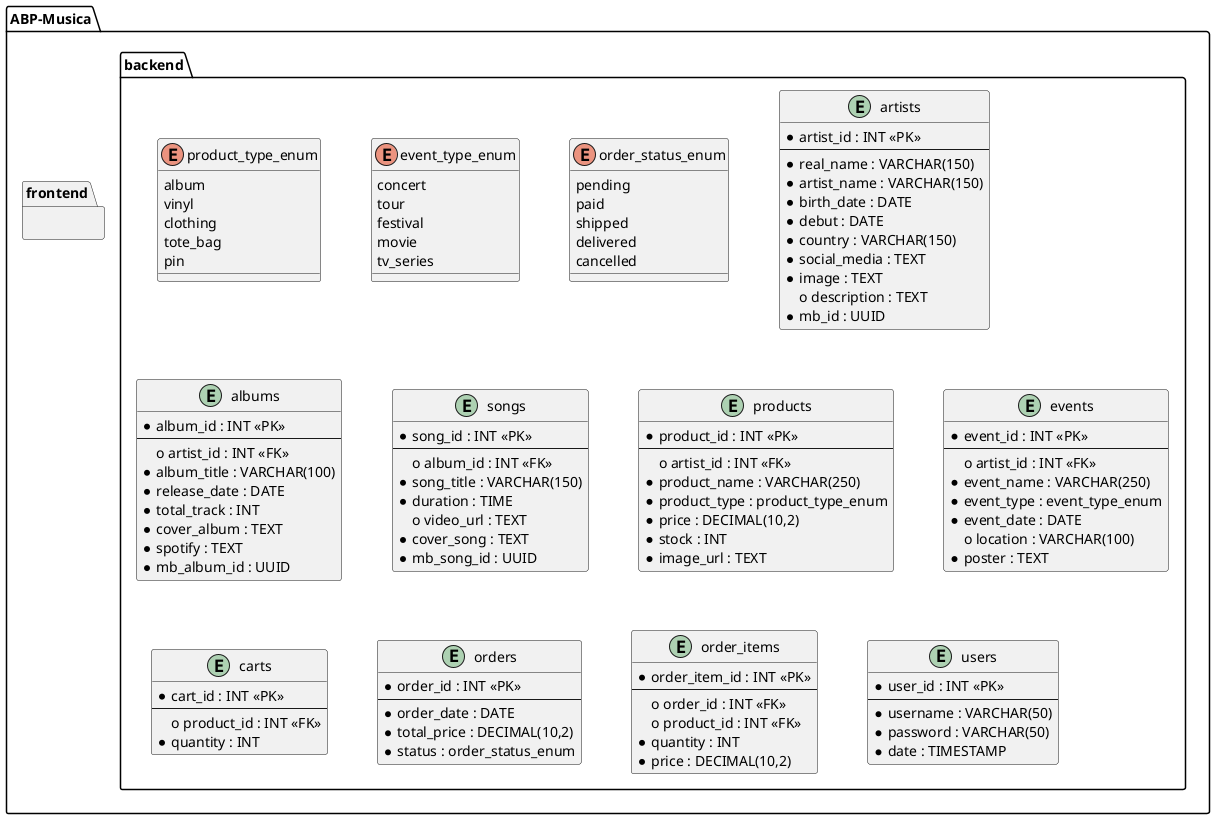
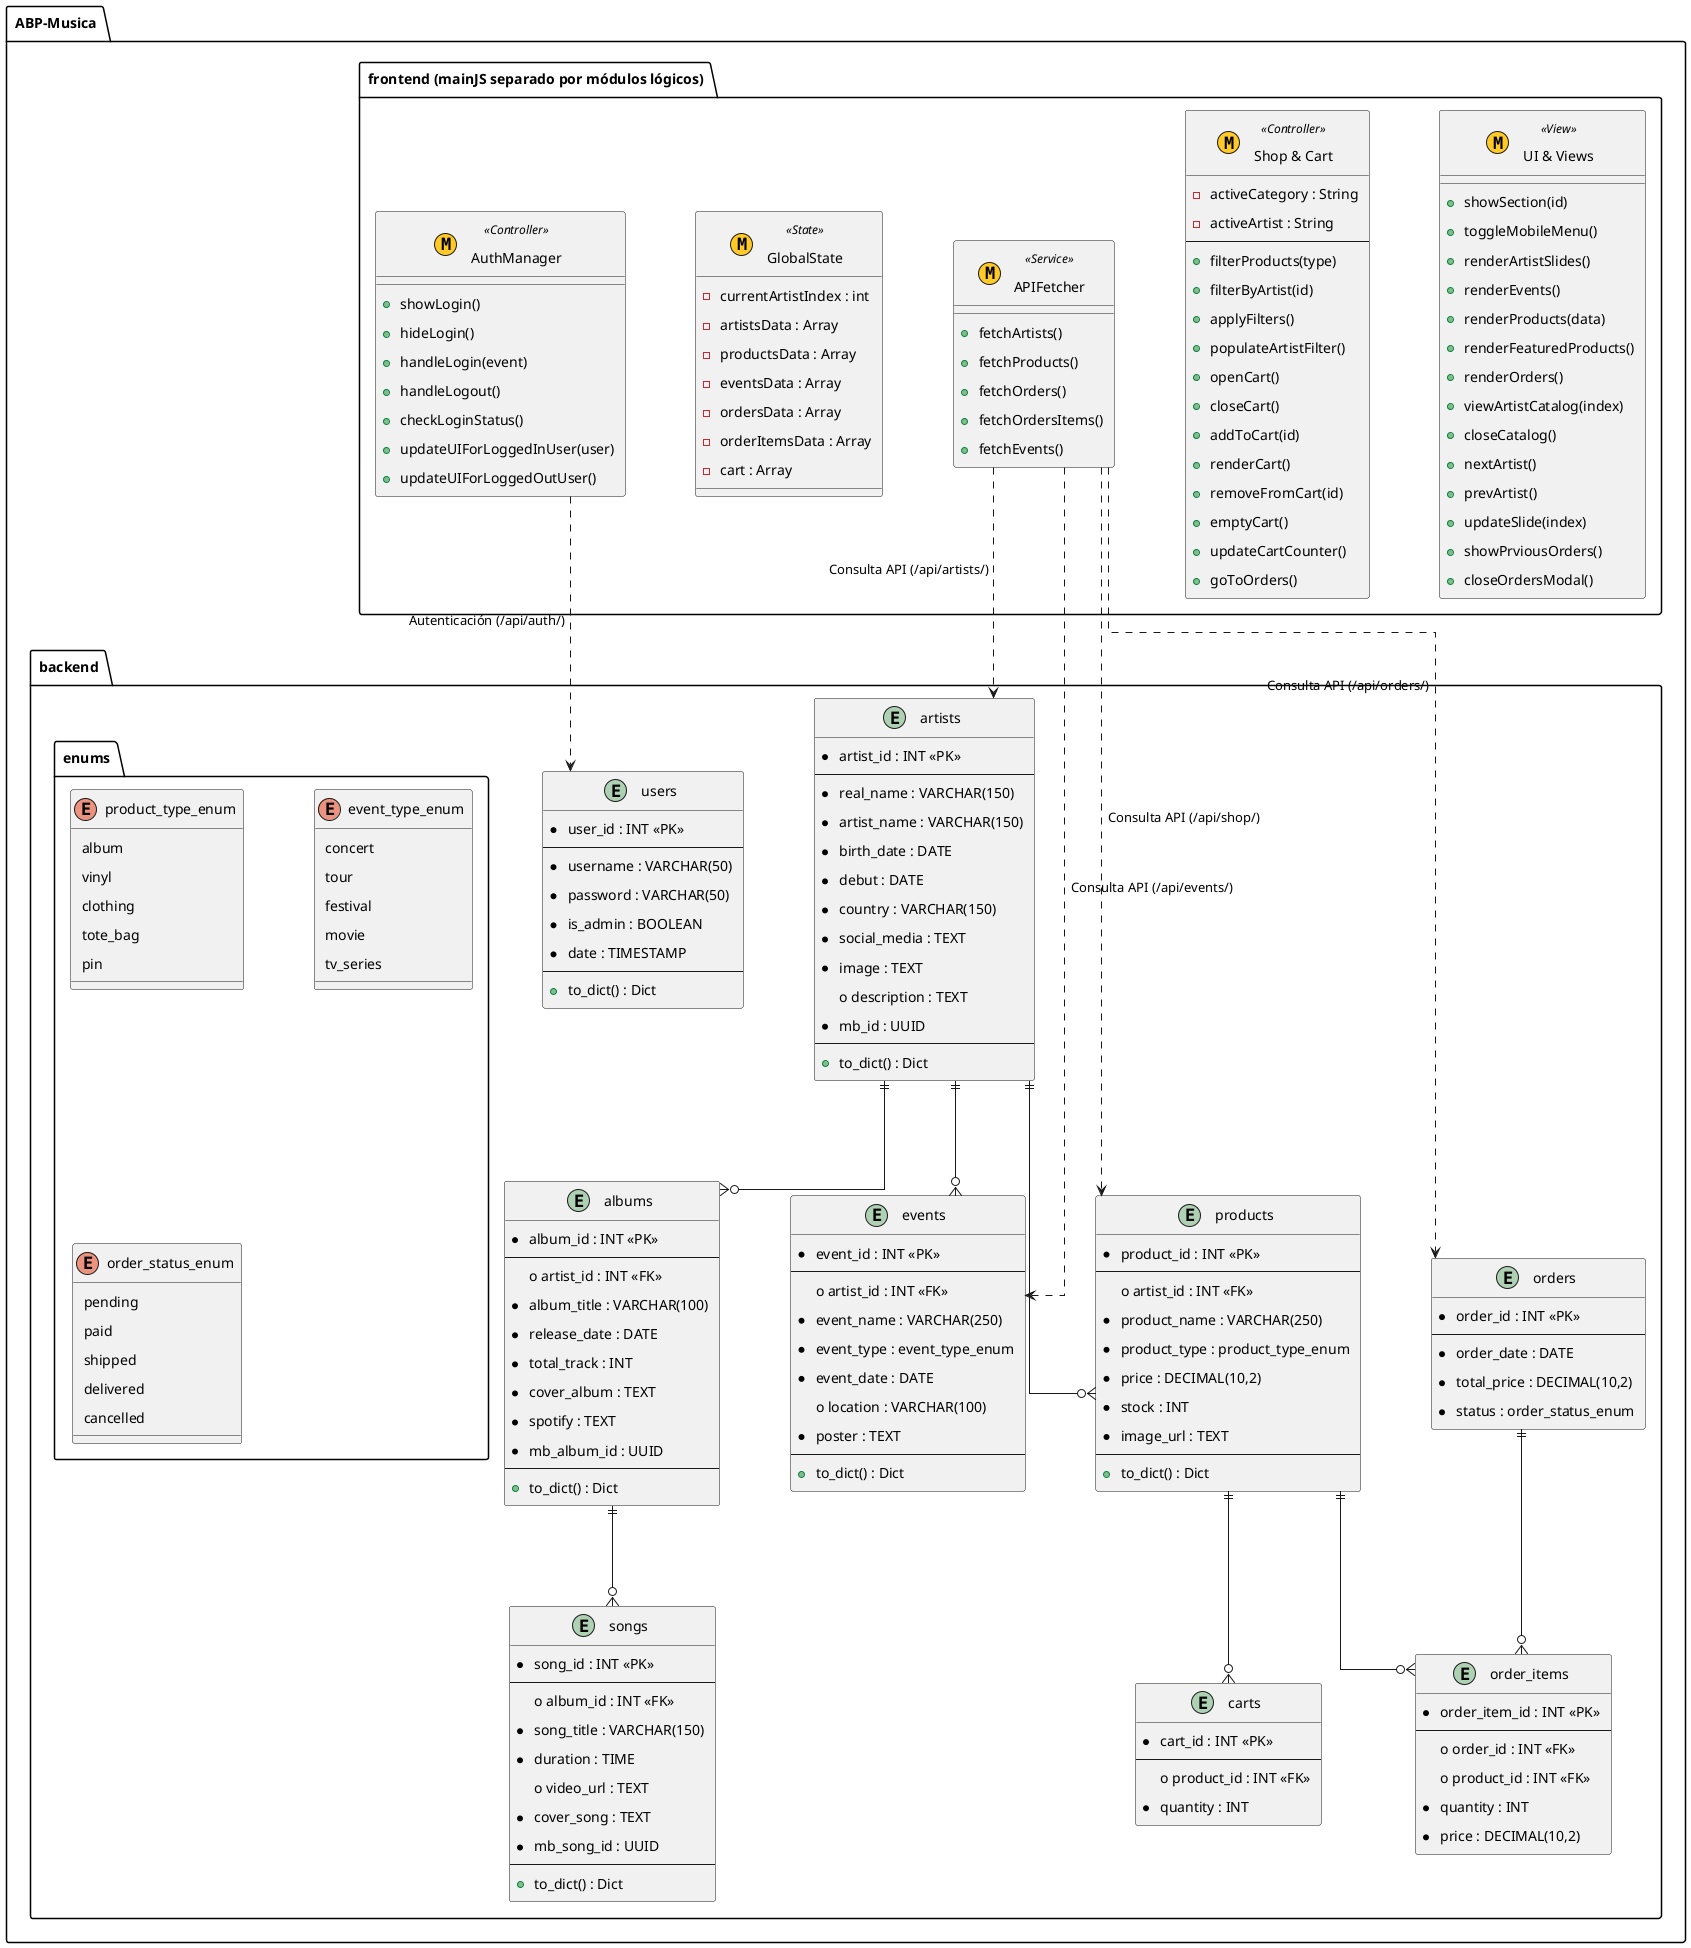
@startuml
' --- CONFIGURACIÓN VISUAL ---

skinparam linetype ortho
- skinparam nodesep 50
- skinparam ranksep 50
+ skinparam nodesep 70
+ skinparam ranksep 100
+ skinparam padding 5

' --- ENTIDADES ---
package "ABP-Musica" {
+ 
  package "backend" {
-     enum product_type_enum {
-       album
-       vinyl
-       clothing
-       tote_bag
-       pin
-     }
- 
-     enum event_type_enum {
-       concert
-       tour
-       festival
-       movie
-       tv_series
-     }
- 
-     enum order_status_enum {
-       pending
-       paid
-       shipped
-       delivered
-       cancelled
-     }
+     package "enums" {
+       enum product_type_enum {
+         album
+         vinyl
+         clothing
+         tote_bag
+         pin
+       }
+ 
+       enum event_type_enum {
+         concert
+         tour
+         festival
+         movie
+         tv_series
+       }
+ 
+       enum order_status_enum {
+         pending
+         paid
+         shipped
+         delivered
+         cancelled
+       }
+ 
+     }
+ 
    entity "artists" as artists {
      * artist_id : INT <<PK>>
      --
      * real_name : VARCHAR(150)
      * artist_name : VARCHAR(150)
      * birth_date : DATE
      * debut : DATE
      * country : VARCHAR(150)
      * social_media : TEXT
      * image : TEXT
      o description : TEXT
      * mb_id : UUID
+       --
+       + to_dict() : Dict
    }

    entity "albums" as albums {
      * album_id : INT <<PK>>
      --
      o artist_id : INT <<FK>>
      * album_title : VARCHAR(100)
      * release_date : DATE
      * total_track : INT
      * cover_album : TEXT
      * spotify : TEXT
      * mb_album_id : UUID
+       --
+       + to_dict() : Dict
    }

    entity "songs" as songs {
      * song_id : INT <<PK>>
      --
      o album_id : INT <<FK>>
      * song_title : VARCHAR(150)
      * duration : TIME
      o video_url : TEXT
      * cover_song : TEXT
      * mb_song_id : UUID
+       --
+       + to_dict() : Dict
    }

    entity "products" as products {
      * product_id : INT <<PK>>
      --
      o artist_id : INT <<FK>>
      * product_name : VARCHAR(250)
      * product_type : product_type_enum
      * price : DECIMAL(10,2)
      * stock : INT
      * image_url : TEXT
+       --
+       + to_dict() : Dict
    }

    entity "events" as events {
      * event_id : INT <<PK>>
      --
      o artist_id : INT <<FK>>
      * event_name : VARCHAR(250)
      * event_type : event_type_enum
      * event_date : DATE
      o location : VARCHAR(100)
      * poster : TEXT
+       --
+       + to_dict() : Dict
    }

    entity "carts" as carts {
      * cart_id : INT <<PK>>
      --
      o product_id : INT <<FK>>
      * quantity : INT
    }

    entity "orders" as orders {
      * order_id : INT <<PK>>
      --
      * order_date : DATE
      * total_price : DECIMAL(10,2)
      * status : order_status_enum
    }

    entity "order_items" as order_items {
      * order_item_id : INT <<PK>>
      --
      o order_id : INT <<FK>>
      o product_id : INT <<FK>>
      * quantity : INT
      * price : DECIMAL(10,2)
    }

    entity "users" as users {
      * user_id : INT <<PK>>
      --
      * username : VARCHAR(50)
      * password : VARCHAR(50)
+       * is_admin : BOOLEAN
      * date : TIMESTAMP
-     }
- 
+       --
+       + to_dict() : Dict
+     }
+ 
+     ' Relaciones de base de datos '
+     artists ||--o{ albums
+     artists ||--o{ products
+     artists ||--o{ events
+     albums ||--o{ songs
+     orders ||--o{ order_items
+     products ||--o{ order_items
+     products ||--o{ carts
+     }
+ 
+     package "frontend (mainJS separado por módulos lógicos)" {
+ 
+     class "GlobalState" as state << (M,#FFCA28) State >> {
+       - currentArtistIndex : int
+       - artistsData : Array
+       - productsData : Array
+       - eventsData : Array
+       - ordersData : Array
+       - orderItemsData : Array
+       - cart : Array
+     }
+ 
+     class "APIFetcher" as api << (M,#FFCA28) Service >> {
+       + fetchArtists()
+       + fetchProducts()
+       + fetchOrders()
+       + fetchOrdersItems()
+       + fetchEvents()
+     }
+ 
+     class "Shop & Cart" as shop << (M,#FFCA28) Controller >> {
+       - activeCategory : String
+       - activeArtist : String
+       --
+       + filterProducts(type)
+       + filterByArtist(id)
+       + applyFilters()
+       + populateArtistFilter()
+       + openCart()
+       + closeCart()
+       + addToCart(id)
+       + renderCart()
+       + removeFromCart(id)
+       + emptyCart()
+       + updateCartCounter()
+       + goToOrders()
+     }
+ 
+     class "UI & Views" as ui << (M,#FFCA28) View >> {
+       + showSection(id)
+       + toggleMobileMenu()
+       + renderArtistSlides()
+       + renderEvents()
+       + renderProducts(data)
+       + renderFeaturedProducts()
+       + renderOrders()
+       + viewArtistCatalog(index)
+       + closeCatalog()
+       + nextArtist()
+       + prevArtist()
+       + updateSlide(index)
+       + showPrviousOrders()
+       + closeOrdersModal()
+     }
+ 
+     class "AuthManager" as auth << (M,#FFCA28) Controller >> {
+       + showLogin()
+       + hideLogin()
+       + handleLogin(event)
+       + handleLogout()
+       + checkLoginStatus()
+       + updateUIForLoggedInUser(user)
+       + updateUIForLoggedOutUser()
+     }
+ 
+     ' Forzar distribución horizontal de los módulos del frontend '
+     state -[hidden]right-> api
+     api -[hidden]right-> shop
+     shop -[hidden]right-> ui
+     ui -[hidden]right-> auth
  }

-   package "frontend" {
- 
-   }
+   ' Dependencias entre los submódulos del Frontend y el Backend '
+   api ..> artists : Consulta API (/api/artists/)
+   api ..> products : Consulta API (/api/shop/)
+   api ..> events : Consulta API (/api/events/)
+   api ..> orders : Consulta API (/api/orders/)
+   auth ..> users : Autenticación (/api/auth/)
+ 
}
- 
@enduml